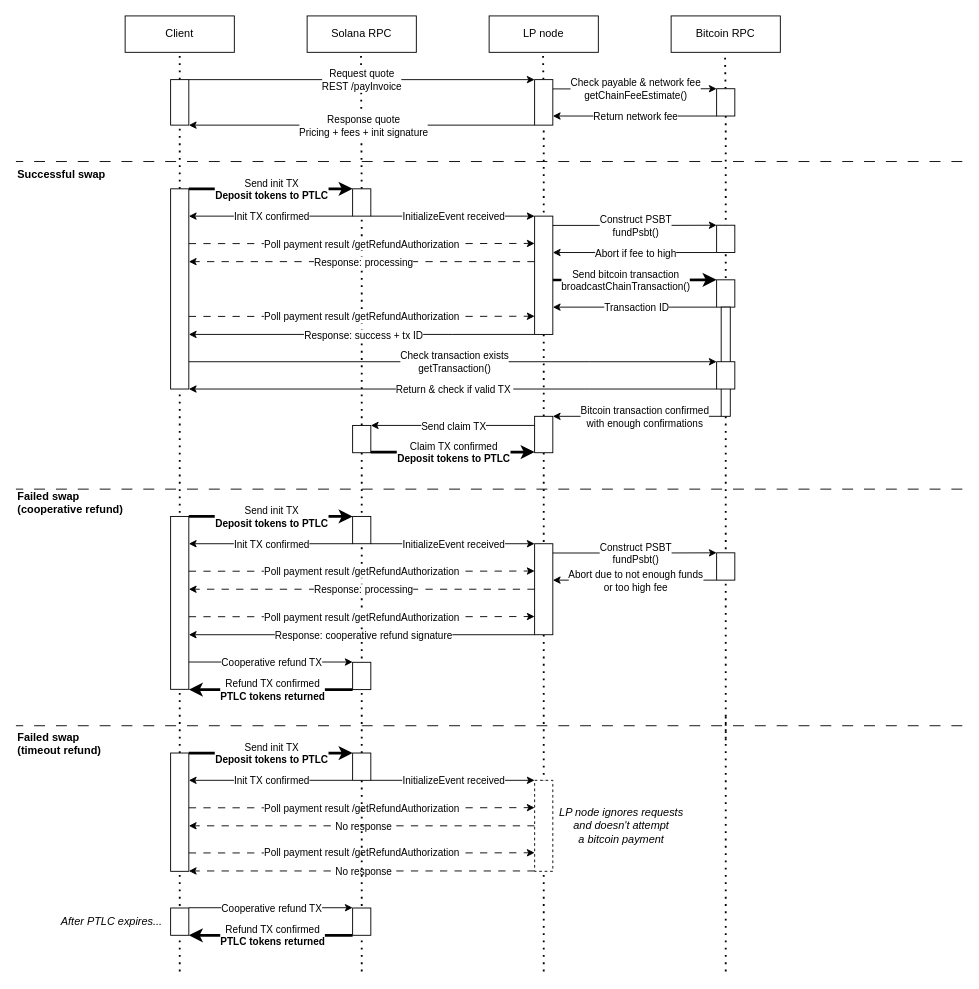
Above: flows/tobtc-diagram.drawio in adambor/SolLightning-readme (draw.io), before the change. Source tidied: cells renumbered, new cells numbered last; positions are measured from the earlier drawing's top-left corner, leaving out a move shared by most shapes. Both pictures are drawn from the tidied source at 91%, with x=0, y=0 at pixel (15, 15).
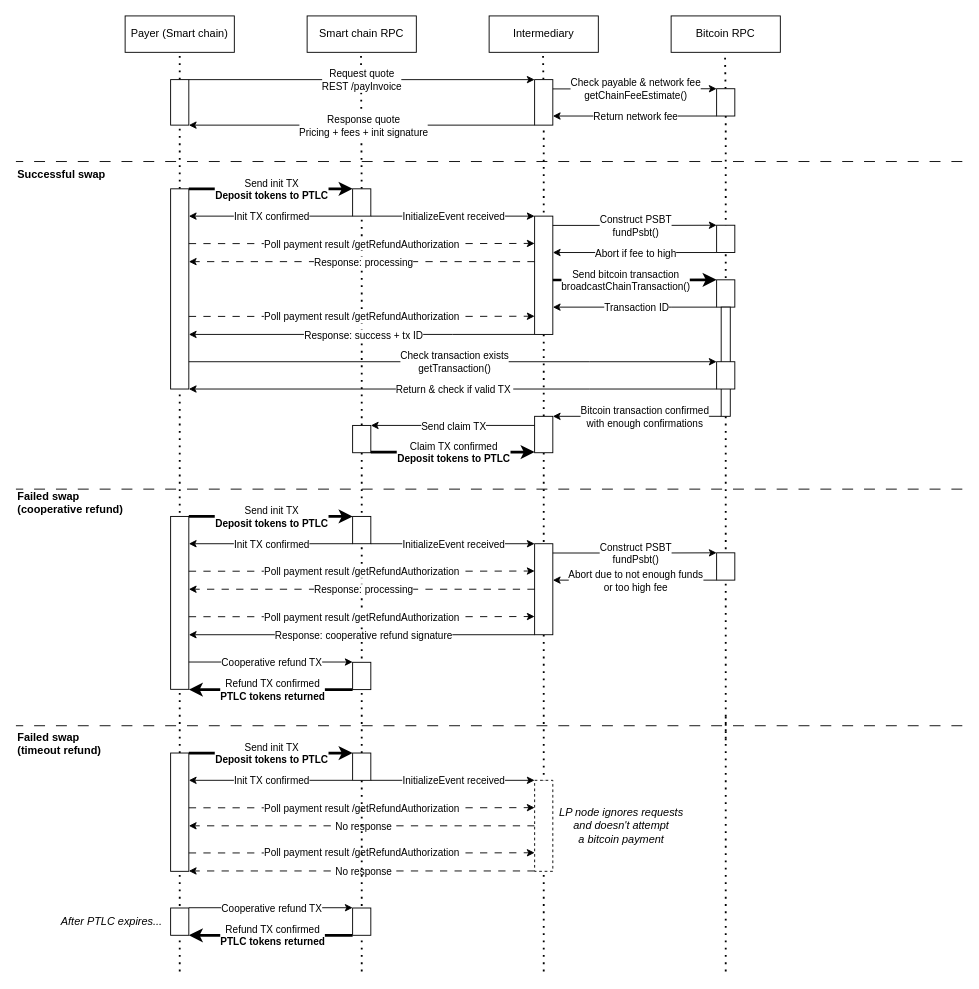
After the change.

Change to the diagram source:
```diff
@@
-    <mxCell id="2" value="Client" style="rounded=0;whiteSpace=wrap;html=1;" parent="1" vertex="1">
+    <mxCell id="2" value="Payer (Smart chain)" style="rounded=0;whiteSpace=wrap;html=1;" parent="1" vertex="1">
       <mxGeometry x="120" width="120" height="40" as="geometry" />
     </mxCell>
-    <mxCell id="3" value="LP node" style="rounded=0;whiteSpace=wrap;html=1;" parent="1" vertex="1">
+    <mxCell id="3" value="Intermediary" style="rounded=0;whiteSpace=wrap;html=1;" parent="1" vertex="1">
       <mxGeometry x="520" width="120" height="40" as="geometry" />
     </mxCell>
-    <mxCell id="4" value="Solana RPC" style="rounded=0;whiteSpace=wrap;html=1;" parent="1" vertex="1">
+    <mxCell id="4" value="Smart chain RPC" style="rounded=0;whiteSpace=wrap;html=1;" parent="1" vertex="1">
       <mxGeometry x="320" width="120" height="40" as="geometry" />
     </mxCell>
```
